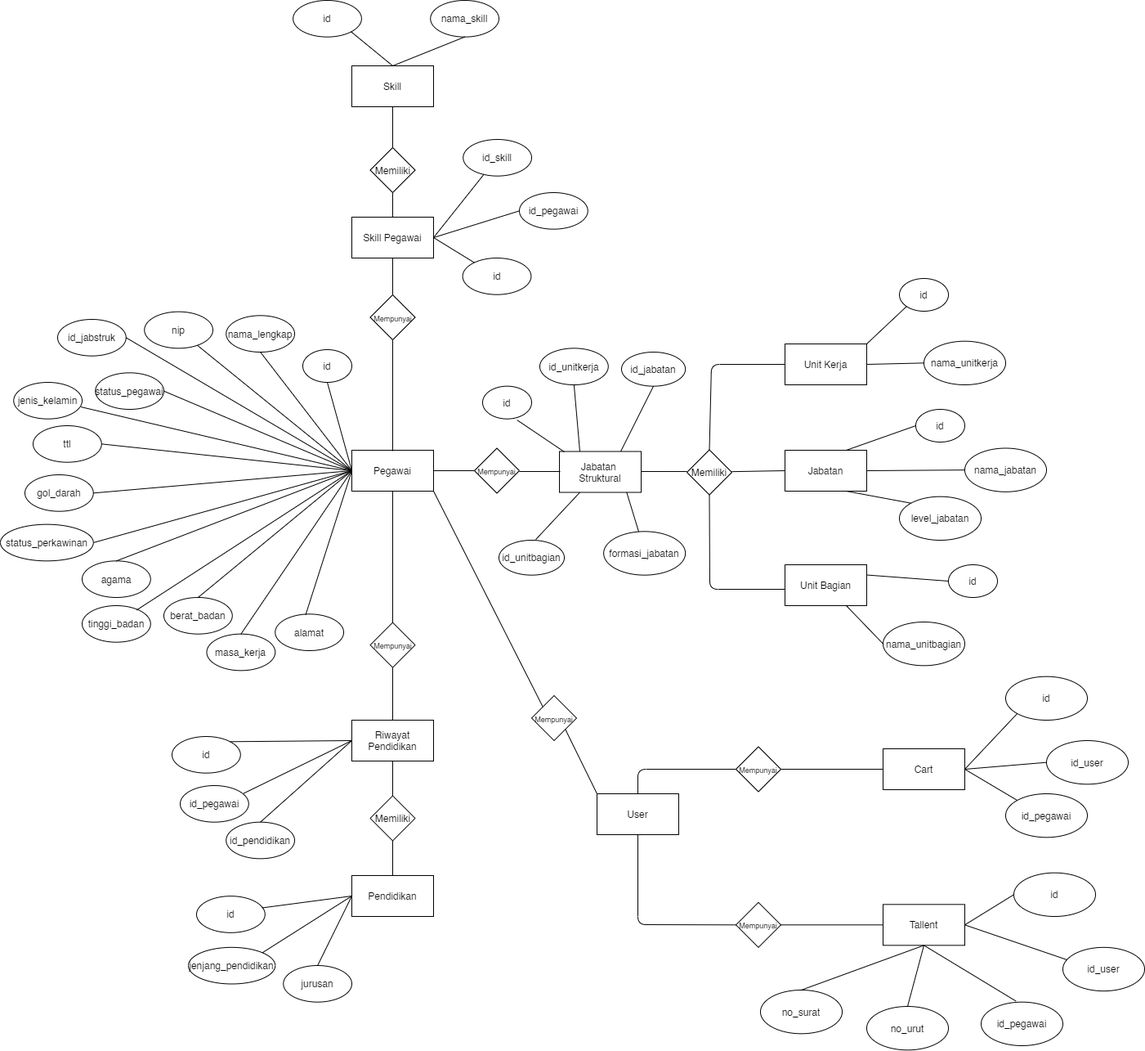
This is pics/diagram/ERD.png from zakariawahyu/bukuPA, a draw.io export, as it was before one commit. Source tidied: cells renumbered, new cells last; positions are measured from the earlier drawing's top-left corner, leaving out a move shared by most shapes.
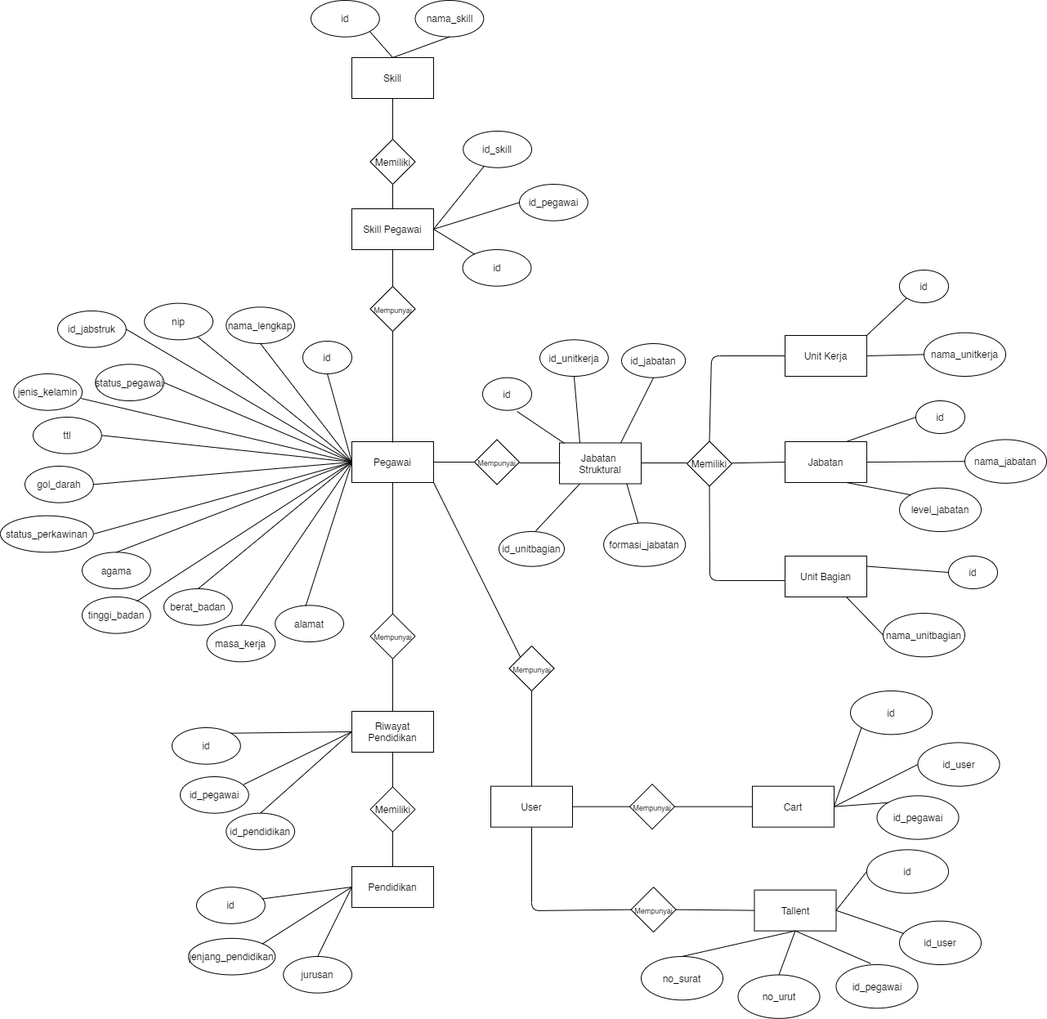
The same file after the commit.

Change to the diagram source:
```diff
@@ -149,22 +149,22 @@
       <mxGeometry x="430" y="1070" width="100" height="50" as="geometry" />
     </mxCell>
     <mxCell id="45" value="&lt;font style=&quot;font-size: 9px&quot;&gt;Mempunyai&lt;/font&gt;" style="rhombus;whiteSpace=wrap;html=1;fillColor=none;gradientColor=none;align=center;" parent="1" vertex="1">
-      <mxGeometry x="650" y="850" width="55" height="55" as="geometry" />
+      <mxGeometry x="622.5" y="800" width="55" height="55" as="geometry" />
     </mxCell>
     <mxCell id="46" value="User" style="rounded=0;whiteSpace=wrap;html=1;fillColor=none;gradientColor=none;align=center;" parent="1" vertex="1">
-      <mxGeometry x="730" y="970" width="100" height="50" as="geometry" />
+      <mxGeometry x="600" y="971.7" width="100" height="50" as="geometry" />
     </mxCell>
     <mxCell id="47" value="&lt;font style=&quot;font-size: 9px&quot;&gt;Mempunyai&lt;/font&gt;" style="rhombus;whiteSpace=wrap;html=1;fillColor=none;gradientColor=none;align=center;" parent="1" vertex="1">
-      <mxGeometry x="900" y="912.5" width="55" height="55" as="geometry" />
+      <mxGeometry x="770" y="969.2" width="55" height="55" as="geometry" />
     </mxCell>
     <mxCell id="48" value="&lt;font style=&quot;font-size: 9px&quot;&gt;Mempunyai&lt;/font&gt;" style="rhombus;whiteSpace=wrap;html=1;fillColor=none;gradientColor=none;align=center;" parent="1" vertex="1">
-      <mxGeometry x="900" y="1102.8" width="55" height="55" as="geometry" />
+      <mxGeometry x="771.6" y="1095.2" width="55" height="55" as="geometry" />
     </mxCell>
     <mxCell id="49" value="Cart" style="rounded=0;whiteSpace=wrap;html=1;fillColor=none;gradientColor=none;align=center;" parent="1" vertex="1">
-      <mxGeometry x="1080" y="915" width="100" height="50" as="geometry" />
+      <mxGeometry x="920" y="971.7" width="100" height="50" as="geometry" />
     </mxCell>
     <mxCell id="50" value="Tallent" style="rounded=0;whiteSpace=wrap;html=1;fillColor=none;gradientColor=none;align=center;" parent="1" vertex="1">
-      <mxGeometry x="1080" y="1105.3" width="100" height="50" as="geometry" />
+      <mxGeometry x="922.5" y="1098.7" width="100" height="50" as="geometry" />
     </mxCell>
     <mxCell id="51" value="Memiliki" style="rhombus;whiteSpace=wrap;html=1;fillColor=none;gradientColor=none;align=center;" parent="1" vertex="1">
       <mxGeometry x="452.5" y="972.5" width="55" height="55" as="geometry" />
@@ -340,10 +340,10 @@
       <mxGeometry relative="1" as="geometry" />
     </mxCell>
     <mxCell id="108" value="id" style="ellipse;whiteSpace=wrap;html=1;fillColor=none;gradientColor=none;align=center;" parent="1" vertex="1">
-      <mxGeometry x="358.1" width="83.8" height="44.7" as="geometry" />
+      <mxGeometry x="380" y="10" width="83.8" height="44.7" as="geometry" />
     </mxCell>
     <mxCell id="109" value="nama_skill" style="ellipse;whiteSpace=wrap;html=1;fillColor=none;gradientColor=none;align=center;" parent="1" vertex="1">
-      <mxGeometry x="526.2" width="83.8" height="44.7" as="geometry" />
+      <mxGeometry x="507.5" y="10" width="83.8" height="44.7" as="geometry" />
     </mxCell>
     <mxCell id="110" style="endArrow=none;html=1;exitX=0.5;exitY=0;exitDx=0;exitDy=0;entryX=1;entryY=1;entryDx=0;entryDy=0;" parent="1" edge="1" source="43" target="108">
       <mxGeometry relative="1" as="geometry" />
@@ -351,24 +351,6 @@
     <mxCell id="111" style="endArrow=none;html=1;exitX=0.5;exitY=0;exitDx=0;exitDy=0;entryX=0.5;entryY=1;entryDx=0;entryDy=0;" parent="1" edge="1" source="43" target="109">
       <mxGeometry relative="1" as="geometry" />
     </mxCell>
-    <mxCell id="112" style="endArrow=none;html=1;exitX=1;exitY=1;exitDx=0;exitDy=0;entryX=0;entryY=0;entryDx=0;entryDy=0;" parent="1" edge="1" source="45" target="46">
-      <mxGeometry relative="1" as="geometry" />
-    </mxCell>
-    <mxCell id="113" style="endArrow=none;html=1;exitX=0;exitY=0.5;exitDx=0;exitDy=0;entryX=0.5;entryY=0;entryDx=0;entryDy=0;" parent="1" edge="1" source="47" target="46">
-      <mxGeometry relative="1" as="geometry">
-        <Array as="points">
-          <mxPoint x="780" y="940" />
-        </Array>
-      </mxGeometry>
-    </mxCell>
-    <mxCell id="114" style="endArrow=none;html=1;exitX=0;exitY=0.5;exitDx=0;exitDy=0;" parent="1" edge="1" source="48">
-      <mxGeometry relative="1" as="geometry">
-        <mxPoint x="780" y="1020" as="targetPoint" />
-        <Array as="points">
-          <mxPoint x="780" y="1130" />
-        </Array>
-      </mxGeometry>
-    </mxCell>
     <mxCell id="115" style="endArrow=none;html=1;exitX=1;exitY=0.5;exitDx=0;exitDy=0;entryX=0;entryY=0.5;entryDx=0;entryDy=0;" parent="1" edge="1" source="47" target="49">
       <mxGeometry relative="1" as="geometry" />
     </mxCell>
@@ -376,28 +358,28 @@
       <mxGeometry relative="1" as="geometry" />
     </mxCell>
     <mxCell id="117" value="id" style="ellipse;whiteSpace=wrap;html=1;fillColor=none;gradientColor=none;align=center;" parent="1" vertex="1">
-      <mxGeometry x="1230" y="826.7" width="100" height="53.3" as="geometry" />
+      <mxGeometry x="1040" y="855" width="100" height="53.3" as="geometry" />
     </mxCell>
     <mxCell id="118" value="id_user" style="ellipse;whiteSpace=wrap;html=1;fillColor=none;gradientColor=none;align=center;" parent="1" vertex="1">
-      <mxGeometry x="1280" y="905" width="100" height="53.3" as="geometry" />
+      <mxGeometry x="1122.5" y="918.3" width="100" height="53.3" as="geometry" />
     </mxCell>
     <mxCell id="119" value="id_pegawai" style="ellipse;whiteSpace=wrap;html=1;fillColor=none;gradientColor=none;align=center;" parent="1" vertex="1">
-      <mxGeometry x="1230" y="970" width="100" height="53.3" as="geometry" />
+      <mxGeometry x="1072.5" y="983.3" width="100" height="53.3" as="geometry" />
     </mxCell>
     <mxCell id="120" value="no_surat" style="ellipse;whiteSpace=wrap;html=1;fillColor=none;gradientColor=none;align=center;" parent="1" vertex="1">
-      <mxGeometry x="930" y="1210" width="100" height="53.3" as="geometry" />
+      <mxGeometry x="784" y="1180" width="100" height="53.3" as="geometry" />
     </mxCell>
     <mxCell id="121" value="no_urut" style="ellipse;whiteSpace=wrap;html=1;fillColor=none;gradientColor=none;align=center;" parent="1" vertex="1">
-      <mxGeometry x="1060" y="1230" width="100" height="53.3" as="geometry" />
+      <mxGeometry x="902.5" y="1202.5" width="100" height="53.3" as="geometry" />
     </mxCell>
     <mxCell id="122" value="id_pegawai" style="ellipse;whiteSpace=wrap;html=1;fillColor=none;gradientColor=none;align=center;" parent="1" vertex="1">
-      <mxGeometry x="1200" y="1224.7" width="100" height="53.3" as="geometry" />
+      <mxGeometry x="1022.5" y="1190" width="100" height="53.3" as="geometry" />
     </mxCell>
     <mxCell id="123" value="id" style="ellipse;whiteSpace=wrap;html=1;fillColor=none;gradientColor=none;align=center;" parent="1" vertex="1">
-      <mxGeometry x="1240" y="1066.7" width="100" height="53.3" as="geometry" />
+      <mxGeometry x="1060" y="1049.3" width="100" height="53.3" as="geometry" />
     </mxCell>
     <mxCell id="124" value="id_user" style="ellipse;whiteSpace=wrap;html=1;fillColor=none;gradientColor=none;align=center;" parent="1" vertex="1">
-      <mxGeometry x="1300" y="1157.8" width="100" height="53.3" as="geometry" />
+      <mxGeometry x="1100" y="1136.7" width="100" height="53.3" as="geometry" />
     </mxCell>
     <mxCell id="125" style="endArrow=none;html=1;exitX=0.5;exitY=1;exitDx=0;exitDy=0;entryX=0.425;entryY=-0.023;entryDx=0;entryDy=0;entryPerimeter=0;" parent="1" edge="1" source="50" target="122">
       <mxGeometry relative="1" as="geometry" />
@@ -423,5 +405,18 @@
     <mxCell id="132" style="endArrow=none;html=1;exitX=1;exitY=0.5;exitDx=0;exitDy=0;entryX=0;entryY=0;entryDx=0;entryDy=0;" parent="1" edge="1" source="49" target="119">
       <mxGeometry relative="1" as="geometry" />
     </mxCell>
+    <mxCell id="133" style="endArrow=none;html=1;entryX=0.5;entryY=1;entryDx=0;entryDy=0;exitX=0.5;exitY=0;exitDx=0;exitDy=0;" parent="1" edge="1" source="46" target="45">
+      <mxGeometry relative="1" as="geometry" />
+    </mxCell>
+    <mxCell id="134" style="endArrow=none;html=1;exitX=0.5;exitY=1;exitDx=0;exitDy=0;entryX=0;entryY=0.5;entryDx=0;entryDy=0;" parent="1" edge="1" source="46" target="48">
+      <mxGeometry relative="1" as="geometry">
+        <Array as="points">
+          <mxPoint x="650" y="1124" />
+        </Array>
+      </mxGeometry>
+    </mxCell>
+    <mxCell id="135" style="endArrow=none;html=1;entryX=0;entryY=0.5;entryDx=0;entryDy=0;exitX=1;exitY=0.5;exitDx=0;exitDy=0;" parent="1" edge="1" source="46" target="47">
+      <mxGeometry relative="1" as="geometry" />
+    </mxCell>
   </root>
 </mxGraphModel>
```
